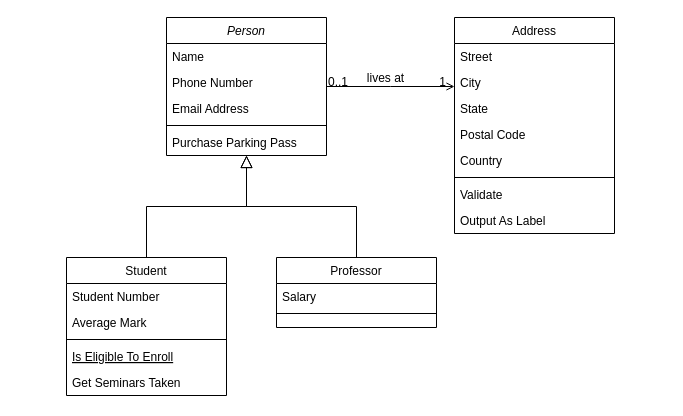
Before: Untitled Diagram.drawio in vudoan1708-cyber/cinema--learn-php, a draw.io diagram. Source tidied: cells renumbered, new cells numbered last; positions are measured from the earlier drawing's top-left corner, leaving out a move shared by most shapes. Both pictures are drawn from the tidied source at 100%, with x=0, y=0 at pixel (66, 17).
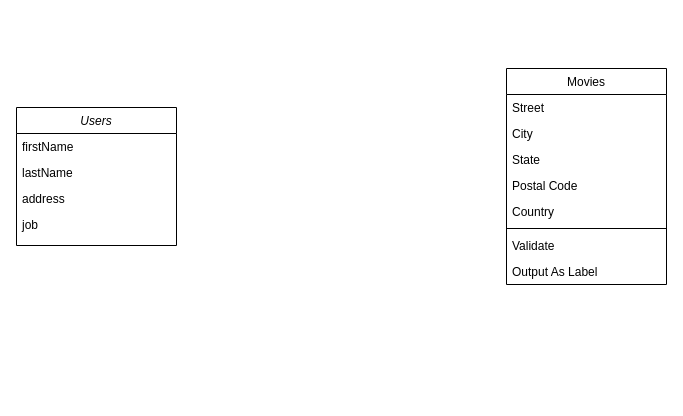
Above is the later version.

Diff of the diagram source:
```diff
@@
-    <mxCell id="2" value="Person" style="swimlane;fontStyle=2;align=center;verticalAlign=top;horizontal=1;startSize=26;rounded=0;shadow=0;strokeWidth=1;" parent="1" vertex="1">
-      <mxGeometry x="100" width="160" height="138" as="geometry" />
+    <mxCell id="2" value="Users" style="swimlane;fontStyle=2;align=center;verticalAlign=top;horizontal=1;startSize=26;rounded=0;shadow=0;strokeWidth=1;" parent="1" vertex="1">
+      <mxGeometry x="-50" y="90" width="160" height="138" as="geometry" />
     </mxCell>
-    <mxCell id="3" value="Name" style="text;align=left;verticalAlign=top;spacingLeft=4;spacingRight=4;overflow=hidden;" parent="2" vertex="1">
+    <mxCell id="3" value="firstName" style="text;align=left;verticalAlign=top;spacingLeft=4;spacingRight=4;overflow=hidden;" parent="2" vertex="1">
       <mxGeometry y="26" width="160" height="26" as="geometry" />
     </mxCell>
-    <mxCell id="4" value="Phone Number" style="text;align=left;verticalAlign=top;spacingLeft=4;spacingRight=4;overflow=hidden;rounded=0;shadow=0;html=0;" parent="2" vertex="1">
+    <mxCell id="4" value="lastName" style="text;align=left;verticalAlign=top;spacingLeft=4;spacingRight=4;overflow=hidden;rounded=0;shadow=0;html=0;" parent="2" vertex="1">
       <mxGeometry y="52" width="160" height="26" as="geometry" />
     </mxCell>
-    <mxCell id="5" value="Email Address" style="text;align=left;verticalAlign=top;spacingLeft=4;spacingRight=4;overflow=hidden;rounded=0;shadow=0;html=0;" parent="2" vertex="1">
+    <mxCell id="5" value="address" style="text;align=left;verticalAlign=top;spacingLeft=4;spacingRight=4;overflow=hidden;rounded=0;shadow=0;html=0;" parent="2" vertex="1">
       <mxGeometry y="78" width="160" height="26" as="geometry" />
     </mxCell>
-    <mxCell id="6" style="line;html=1;strokeWidth=1;align=left;verticalAlign=middle;spacingTop=-1;spacingLeft=3;spacingRight=3;labelPosition=right;" parent="2" vertex="1">
-      <mxGeometry y="104" width="160" height="8" as="geometry" />
-    </mxCell>
-    <mxCell id="7" value="Purchase Parking Pass" style="text;align=left;verticalAlign=top;spacingLeft=4;spacingRight=4;overflow=hidden;" parent="2" vertex="1">
-      <mxGeometry y="112" width="160" height="26" as="geometry" />
+    <mxCell id="7" value="job" style="text;align=left;verticalAlign=top;spacingLeft=4;spacingRight=4;overflow=hidden;" parent="2" vertex="1">
+      <mxGeometry y="104" width="160" height="26" as="geometry" />
     </mxCell>
-    <mxCell id="8" value="Student" style="swimlane;fontStyle=0;align=center;verticalAlign=top;horizontal=1;startSize=26;rounded=0;shadow=0;strokeWidth=1;" parent="1" vertex="1">
-      <mxGeometry y="240" width="160" height="138" as="geometry" />
-    </mxCell>
-    <mxCell id="9" value="Student Number" style="text;align=left;verticalAlign=top;spacingLeft=4;spacingRight=4;overflow=hidden;" parent="8" vertex="1">
-      <mxGeometry y="26" width="160" height="26" as="geometry" />
-    </mxCell>
-    <mxCell id="10" value="Average Mark" style="text;align=left;verticalAlign=top;spacingLeft=4;spacingRight=4;overflow=hidden;rounded=0;shadow=0;html=0;" parent="8" vertex="1">
-      <mxGeometry y="52" width="160" height="26" as="geometry" />
-    </mxCell>
-    <mxCell id="11" style="line;html=1;strokeWidth=1;align=left;verticalAlign=middle;spacingTop=-1;spacingLeft=3;spacingRight=3;labelPosition=right;" parent="8" vertex="1">
-      <mxGeometry y="78" width="160" height="8" as="geometry" />
-    </mxCell>
-    <mxCell id="12" value="Is Eligible To Enroll" style="text;align=left;verticalAlign=top;spacingLeft=4;spacingRight=4;overflow=hidden;fontStyle=4;" parent="8" vertex="1">
-      <mxGeometry y="86" width="160" height="26" as="geometry" />
-    </mxCell>
-    <mxCell id="13" value="Get Seminars Taken" style="text;align=left;verticalAlign=top;spacingLeft=4;spacingRight=4;overflow=hidden;" parent="8" vertex="1">
-      <mxGeometry y="112" width="160" height="26" as="geometry" />
-    </mxCell>
-    <mxCell id="14" style="endArrow=block;endSize=10;endFill=0;shadow=0;strokeWidth=1;rounded=0;edgeStyle=elbowEdgeStyle;elbow=vertical;" parent="1" edge="1" source="8" target="2">
-      <mxGeometry relative="1" as="geometry" />
-    </mxCell>
-    <mxCell id="15" value="Professor" style="swimlane;fontStyle=0;align=center;verticalAlign=top;horizontal=1;startSize=26;rounded=0;shadow=0;strokeWidth=1;" parent="1" vertex="1">
-      <mxGeometry x="210" y="240" width="160" height="70" as="geometry" />
-    </mxCell>
-    <mxCell id="16" value="Salary" style="text;align=left;verticalAlign=top;spacingLeft=4;spacingRight=4;overflow=hidden;" parent="15" vertex="1">
-      <mxGeometry y="26" width="160" height="26" as="geometry" />
-    </mxCell>
-    <mxCell id="17" style="line;html=1;strokeWidth=1;align=left;verticalAlign=middle;spacingTop=-1;spacingLeft=3;spacingRight=3;labelPosition=right;" parent="15" vertex="1">
-      <mxGeometry y="52" width="160" height="8" as="geometry" />
-    </mxCell>
-    <mxCell id="18" style="endArrow=block;endSize=10;endFill=0;shadow=0;strokeWidth=1;rounded=0;edgeStyle=elbowEdgeStyle;elbow=vertical;" parent="1" edge="1" source="15" target="2">
-      <mxGeometry relative="1" as="geometry" />
-    </mxCell>
-    <mxCell id="19" value="Address" style="swimlane;fontStyle=0;align=center;verticalAlign=top;horizontal=1;startSize=26;rounded=0;shadow=0;strokeWidth=1;" parent="1" vertex="1">
-      <mxGeometry x="388" width="160" height="216" as="geometry" />
+    <mxCell id="19" value="Movies" style="swimlane;fontStyle=0;align=center;verticalAlign=top;horizontal=1;startSize=26;rounded=0;shadow=0;strokeWidth=1;" parent="1" vertex="1">
+      <mxGeometry x="440" y="51" width="160" height="216" as="geometry" />
     </mxCell>
@@
-    <mxCell id="28" style="endArrow=open;shadow=0;strokeWidth=1;rounded=0;endFill=1;edgeStyle=elbowEdgeStyle;elbow=vertical;" parent="1" edge="1" source="2" target="19">
-      <mxGeometry x="0.5" y="41" relative="1" as="geometry">
-        <mxPoint x="-40" y="32" as="offset" />
-      </mxGeometry>
-    </mxCell>
-    <mxCell id="29" value="0..1" style="align=left;verticalAlign=bottom;labelBackgroundColor=none;fontSize=12;" parent="28" vertex="1">
-      <mxGeometry x="-1" relative="1" as="geometry">
-        <mxPoint y="4" as="offset" />
-      </mxGeometry>
-    </mxCell>
-    <mxCell id="30" value="1" style="align=right;verticalAlign=bottom;labelBackgroundColor=none;fontSize=12;" parent="28" vertex="1">
-      <mxGeometry x="1" relative="1" as="geometry">
-        <mxPoint x="-7" y="4" as="offset" />
-      </mxGeometry>
-    </mxCell>
-    <mxCell id="31" value="lives at" style="text;html=1;align=center;verticalAlign=middle;labelBackgroundColor=none;rounded=0;shadow=0;strokeWidth=1;fontSize=12;" parent="28" vertex="1">
-      <mxGeometry x="0.5" y="49" relative="1" as="geometry">
-        <mxPoint x="-38" y="40" as="offset" />
-      </mxGeometry>
-    </mxCell>
```
